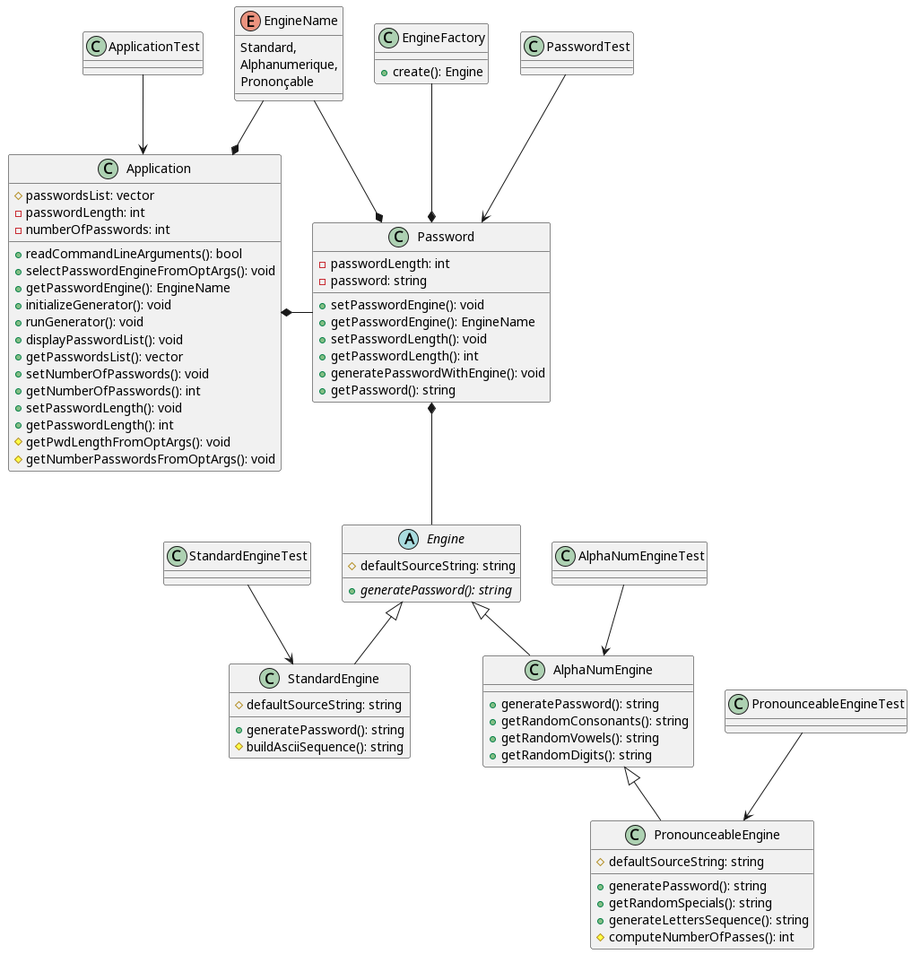
Earlier version of the PlantUML export docs/diagram/out/Password Generator.png (JN-GLX/password-generator).
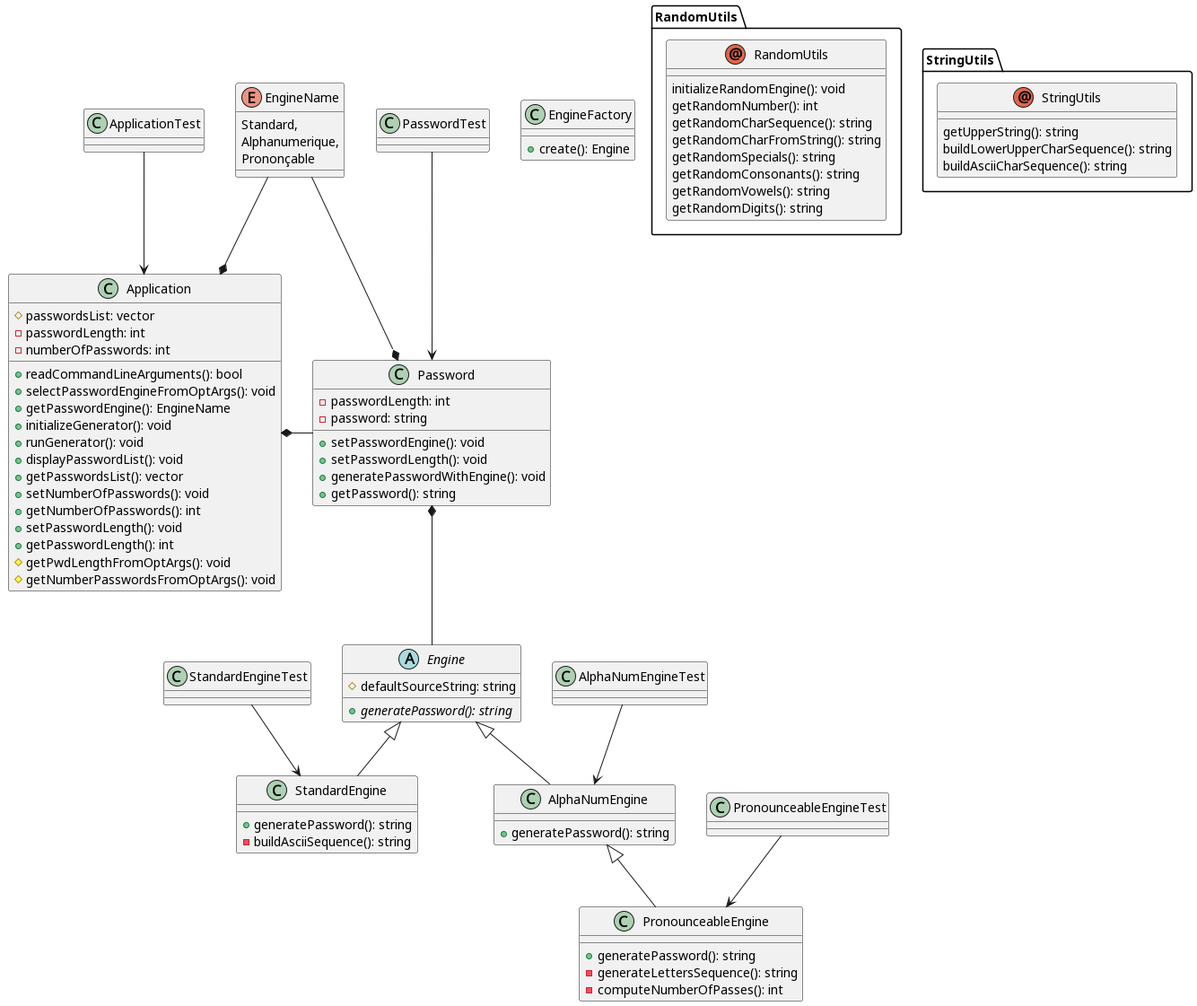
Later version of the same file.

Change to the diagram source:
```diff
@@ -14,7 +14,6 @@
 Engine <|-- StandardEngine
 Engine <|-- AlphaNumEngine
 AlphaNumEngine <|-- PronounceableEngine
-EngineFactory --* Password
 Application *- Password
 EngineName --* Password
 EngineName --* Application
@@ -26,32 +25,24 @@
 
 class StandardEngine {
     +generatePassword(): string
-    #buildAsciiSequence(): string
-    #defaultSourceString: string
+    -buildAsciiSequence(): string
 }
 
 class AlphaNumEngine {
     +generatePassword(): string
-    +getRandomConsonants(): string
-    +getRandomVowels(): string
-    +getRandomDigits(): string
 }
 
 class PronounceableEngine {
     +generatePassword(): string
-    +getRandomSpecials(): string
-    +generateLettersSequence(): string
-    #computeNumberOfPasses(): int
-    #defaultSourceString: string
+    -generateLettersSequence(): string
+    -computeNumberOfPasses(): int
 }
 
 class Password {
     -passwordLength: int
     -password: string
     +setPasswordEngine(): void
-    +getPasswordEngine(): EngineName
     +setPasswordLength(): void
-    +getPasswordLength(): int
     +generatePasswordWithEngine(): void
     +getPassword(): string
 }
@@ -60,6 +51,24 @@
         Standard,
         Alphanumerique,
         Prononçable
+}
+
+set namespaceSeparator ::
+annotation RandomUtils::RandomUtils {
+    initializeRandomEngine(): void
+    getRandomNumber(): int
+    getRandomCharSequence(): string
+    getRandomCharFromString(): string
+    getRandomSpecials(): string
+    getRandomConsonants(): string
+    getRandomVowels(): string
+    getRandomDigits(): string
+}
+
+annotation StringUtils::StringUtils {
+    getUpperString(): string
+    buildLowerUpperCharSequence(): string
+    buildAsciiCharSequence(): string
 }
 
 class Application {
```
